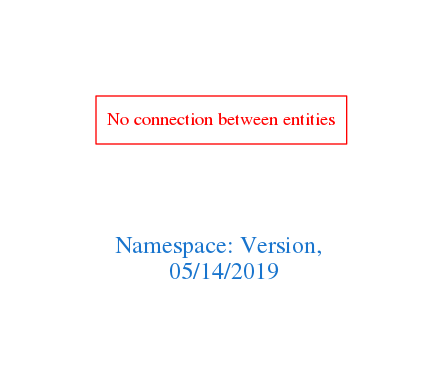
Earlier version of the Graphviz export downloads/Version.png (arago/OGIT). Its source is kept beside it as downloads/Version.dot. The source it was exported from:
```dot
digraph OGIT_ontology {
 graph [ rankdir= LR,pad=1
fontsize = 18,
fontcolor= dodgerblue3,label = "\n\n\nNamespace: Version, \n 05/14/2019"];
node[shape=polygon];
edge [  color="gray81"];

"No connection between entities" [fontcolor = "red",color="red", shape="polygon"]
}
```
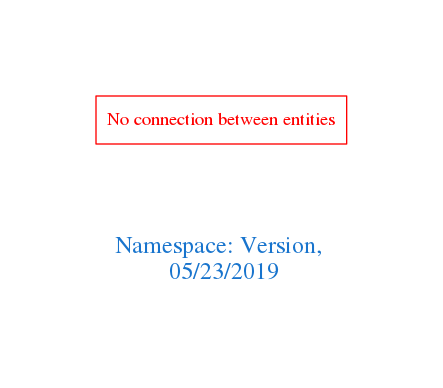
Above is the later version.

The edit, as a diff of the source:
```diff
@@ -1,7 +1,7 @@
 digraph OGIT_ontology {
  graph [ rankdir= LR,pad=1
 fontsize = 18,
-fontcolor= dodgerblue3,label = "\n\n\nNamespace: Version, \n 05/14/2019"];
+fontcolor= dodgerblue3,label = "\n\n\nNamespace: Version, \n 05/23/2019"];
 node[shape=polygon];
 edge [  color="gray81"];
 
```
